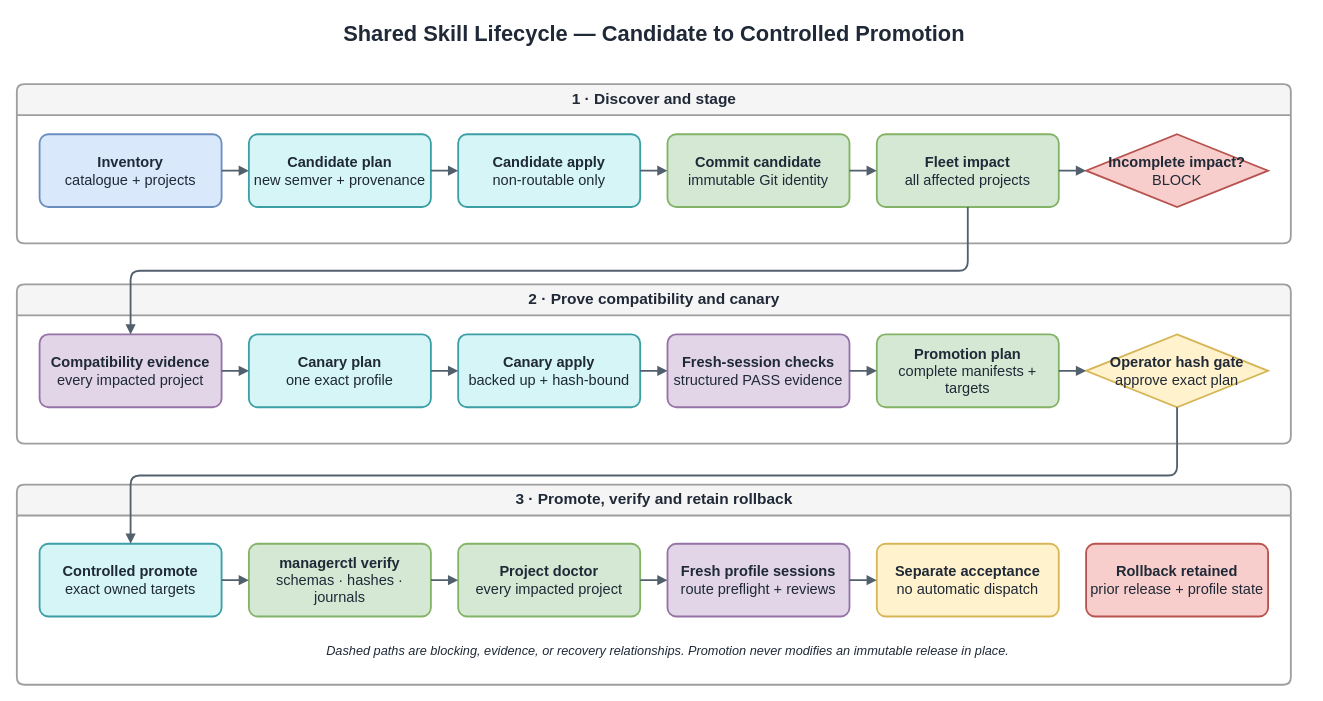
This is page "Skill Lifecycle" (3 of 3) of diagram_creator/artifacts/source/skills-manager-operating-overview.drawio from dotalbot/-hermes-ops, a draw.io file, before an edit. Source tidied: cells renumbered, new cells numbered last; positions are measured from the earlier drawing's top-left corner, leaving out a move shared by most shapes. Both pictures are drawn from the tidied source at 91%, with x=0, y=0 at pixel (16, 15).
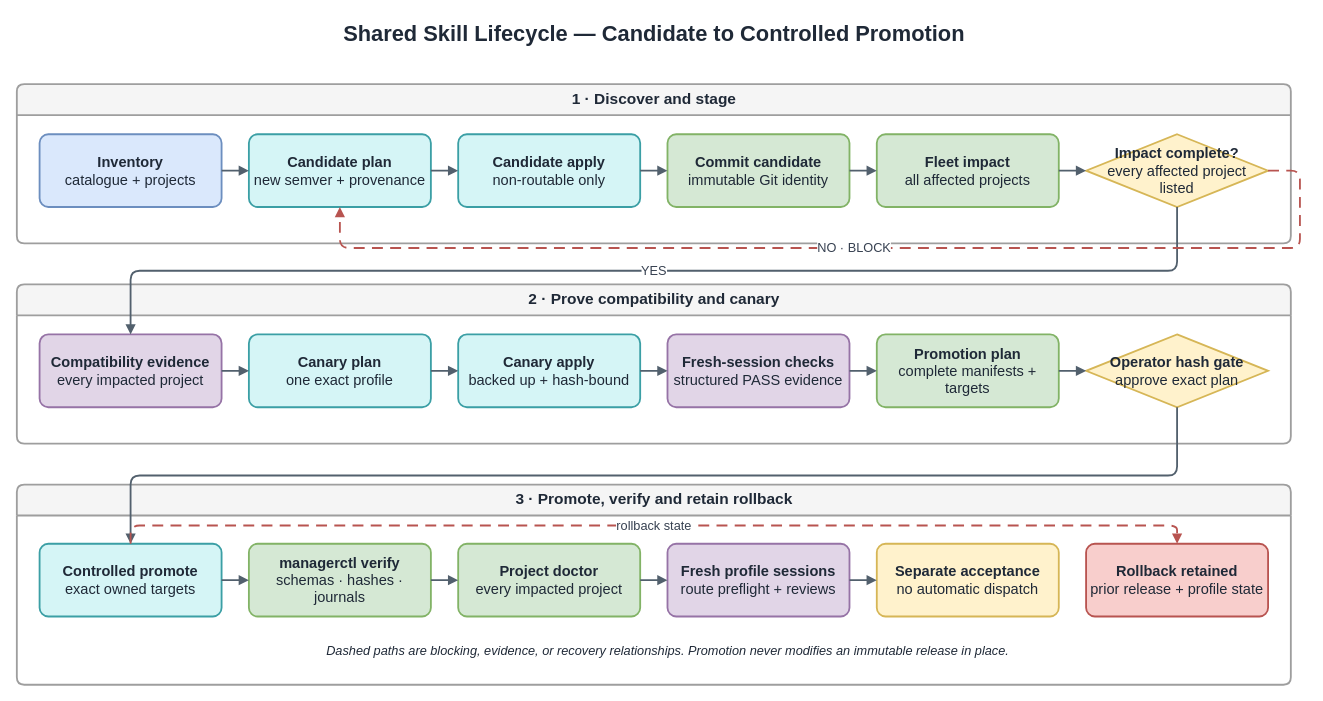
The same diagram, later.

Unchanged cells that the change refers to:
```xml
<mxCell id="3" value="1 · Discover and stage" style="swimlane;startSize=34;horizontal=1;rounded=1;arcSize=8;html=1;fontSize=17;fontStyle=1;fillColor=#f5f5f5;strokeColor=#9e9e9e;strokeWidth=2;fontColor=#1f2937;" parent="1" vertex="1">
  <mxGeometry y="75" width="1400" height="175" as="geometry" />
</mxCell>
<mxCell id="5" value="&lt;b&gt;Candidate plan&lt;/b&gt;&lt;br&gt;new semver + provenance" style="rounded=1;arcSize=12;whiteSpace=wrap;html=1;fontSize=16;fontColor=#1f2937;fillColor=#d5f5f6;strokeColor=#3b9fa5;strokeWidth=2;spacing=6;" parent="3" vertex="1">
  <mxGeometry x="255" y="55" width="200" height="80" as="geometry" />
</mxCell>
<mxCell id="8" value="&lt;b&gt;Fleet impact&lt;/b&gt;&lt;br&gt;all affected projects" style="rounded=1;arcSize=12;whiteSpace=wrap;html=1;fontSize=16;fontColor=#1f2937;fillColor=#d5e8d4;strokeColor=#82b366;strokeWidth=2;spacing=6;" parent="3" vertex="1">
  <mxGeometry x="945" y="55" width="200" height="80" as="geometry" />
</mxCell>
<mxCell id="11" value="&lt;b&gt;Compatibility evidence&lt;/b&gt;&lt;br&gt;every impacted project" style="rounded=1;arcSize=12;whiteSpace=wrap;html=1;fontSize=16;fontColor=#1f2937;fillColor=#e1d5e7;strokeColor=#9673a6;strokeWidth=2;spacing=6;" parent="10" vertex="1">
  <mxGeometry x="25" y="55" width="200" height="80" as="geometry" />
</mxCell>
<mxCell id="18" value="&lt;b&gt;Controlled promote&lt;/b&gt;&lt;br&gt;exact owned targets" style="rounded=1;arcSize=12;whiteSpace=wrap;html=1;fontSize=16;fontColor=#1f2937;fillColor=#d5f5f6;strokeColor=#3b9fa5;strokeWidth=2;spacing=6;" parent="17" vertex="1">
  <mxGeometry x="25" y="65" width="200" height="80" as="geometry" />
</mxCell>
<mxCell id="23" value="&lt;b&gt;Rollback retained&lt;/b&gt;&lt;br&gt;prior release + profile state" style="rounded=1;arcSize=12;whiteSpace=wrap;html=1;fontSize=16;fontColor=#1f2937;fillColor=#f8cecc;strokeColor=#b85450;strokeWidth=2;spacing=6;" parent="17" vertex="1">
  <mxGeometry x="1175" y="65" width="200" height="80" as="geometry" />
</mxCell>
```

Diff of the diagram source:
```diff
@@
-    <mxCell id="9" value="&lt;b&gt;Incomplete impact?&lt;/b&gt;&lt;br&gt;BLOCK" style="rhombus;whiteSpace=wrap;html=1;fontSize=16;fontColor=#1f2937;fillColor=#f8cecc;strokeColor=#b85450;strokeWidth=2;spacing=6;" parent="3" vertex="1">
+    <mxCell id="9" value="&lt;b&gt;Impact complete?&lt;/b&gt;&lt;br&gt;every affected project listed" style="rhombus;whiteSpace=wrap;html=1;fontSize=16;fontColor=#1f2937;fillColor=#fff2cc;strokeColor=#d6b656;strokeWidth=2;spacing=6;" parent="3" vertex="1">
       <mxGeometry x="1175" y="55" width="200" height="80" as="geometry" />
     </mxCell>
@@
-    <mxCell id="30" style="edgeStyle=orthogonalEdgeStyle;rounded=1;jettySize=auto;html=1;fontSize=14;fontColor=#374151;strokeColor=#52606d;strokeWidth=2;endArrow=block;endFill=1;" parent="1" edge="1" source="8" target="11">
+    <mxCell id="30" value="YES" style="edgeStyle=orthogonalEdgeStyle;rounded=1;jettySize=auto;html=1;fontSize=14;fontColor=#374151;strokeColor=#52606d;strokeWidth=2;endArrow=block;endFill=1;" parent="1" edge="1" source="9" target="11">
       <mxGeometry relative="1" as="geometry">
         <Array as="points">
-          <mxPoint x="1045" y="280" />
+          <mxPoint x="1275" y="280" />
           <mxPoint x="125" y="280" />
         </Array>
       </mxGeometry>
     </mxCell>
@@
+    <mxCell id="41" value="NO · BLOCK" style="edgeStyle=orthogonalEdgeStyle;rounded=1;jettySize=auto;html=1;fontSize=14;fontColor=#374151;strokeColor=#b85450;strokeWidth=2;endArrow=block;endFill=1;dashed=1;dashPattern=6 4;" parent="1" edge="1" source="9" target="5">
+      <mxGeometry relative="1" as="geometry">
+        <Array as="points">
+          <mxPoint x="1410" y="170" />
+          <mxPoint x="1410" y="255" />
+          <mxPoint x="355" y="255" />
+        </Array>
+      </mxGeometry>
+    </mxCell>
+    <mxCell id="42" value="rollback state" style="edgeStyle=orthogonalEdgeStyle;rounded=1;jettySize=auto;html=1;fontSize=14;fontColor=#374151;strokeColor=#b85450;strokeWidth=2;endArrow=block;endFill=1;dashed=1;dashPattern=6 4;" parent="1" edge="1" source="18" target="23">
+      <mxGeometry relative="1" as="geometry">
+        <Array as="points">
+          <mxPoint x="125" y="560" />
+          <mxPoint x="1275" y="560" />
+        </Array>
+      </mxGeometry>
+    </mxCell>
```
